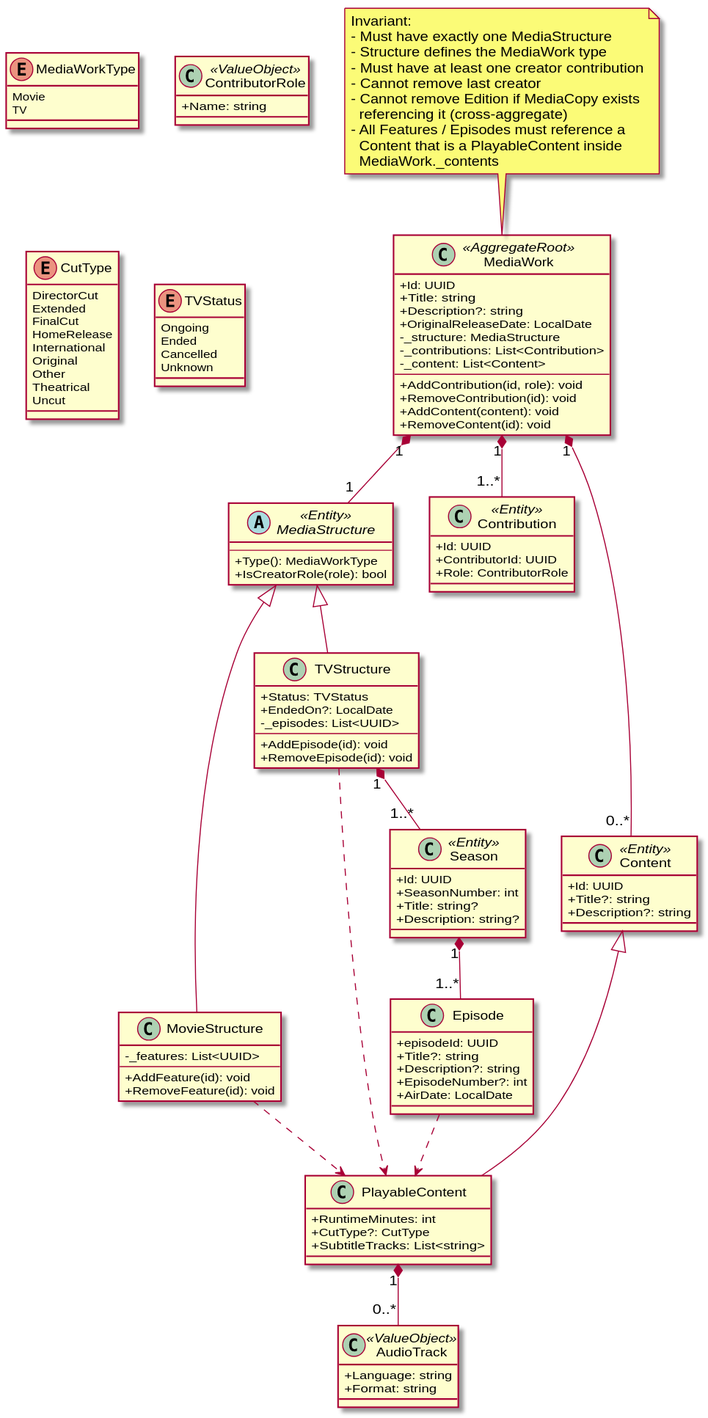
yantue/colleq keeps this PlantUML diagram as docs/diagrams/domain/domain-media-work.svg. Above is the earlier version.
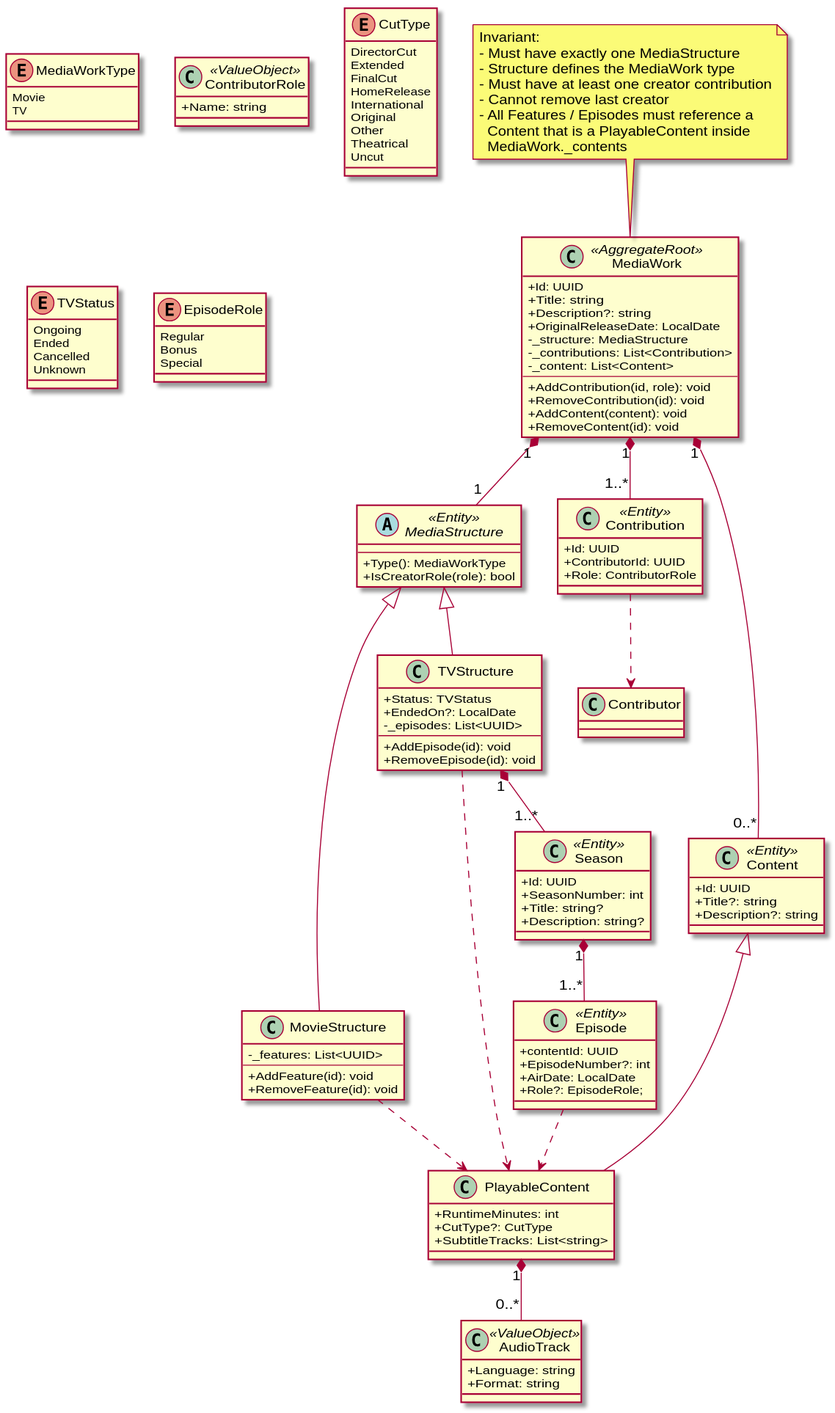
The same file after the commit.

Change to the diagram source:
```diff
@@ -22,8 +22,6 @@
 - Structure defines the MediaWork type
 - Must have at least one creator contribution
 - Cannot remove last creator
-- Cannot remove Edition if MediaCopy exists
-  referencing it (cross-aggregate)
 - All Features / Episodes must reference a
   Content that is a PlayableContent inside
   MediaWork._contents
@@ -127,15 +125,22 @@
 
 TVStructure "1" *-- "1..*" Season
 
-class Episode {
-    +episodeId: UUID
-    +Title?: string
-    +Description?: string
+class Episode <<Entity>> {
+    +contentId: UUID
     +EpisodeNumber?: int
     +AirDate: LocalDate
+    +Role?: EpisodeRole;
 }
 
 Season "1" *-- "1..*" Episode
 Episode ..> PlayableContent
 
+enum EpisodeRole {
+    Regular
+    Bonus
+    Special
+}
+
+Contribution ..> Contributor
+
 @enduml
```
